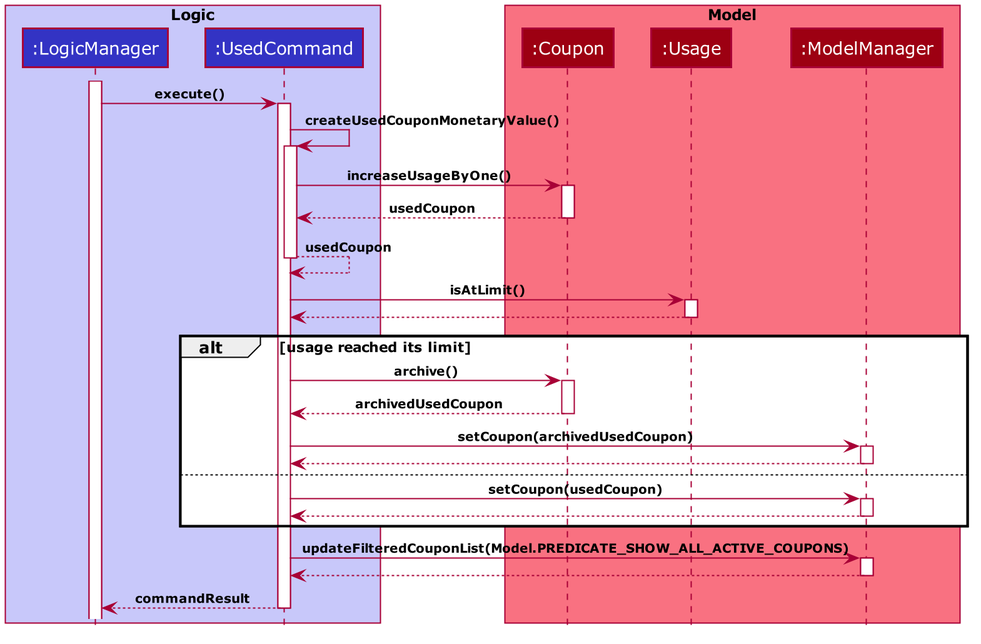
Above: docs/images/ArchiveExhaustedSequenceDiagram.png in nus-cs2103-AY1920S2/addressbook-level3 (PlantUML), before the change. Source of this version:
```plantuml
@startuml










skinparam BackgroundColor #FFFFFFF

skinparam Shadowing false

skinparam Class {
    FontColor #FFFFFF
    BorderThickness 1
    BorderColor #FFFFFF
    StereotypeFontColor #FFFFFF
    FontName Verdana
    AttributeFontColor #FFFFFF
}

skinparam Actor {
    BorderColor #000000
    Color #000000
    FontName Verdana
}

skinparam Sequence {
    MessageAlign center
    BoxFontSize 12
    BoxPadding 0
    BoxFontColor #FFFFFF
    FontName Verdana
}

skinparam Participant {
    FontColor #FFFFFFF
    Padding 20
}

skinparam GenericDisplay zz

skinparam ArrowFontSize 10
skinparam ArrowFontStyle bold

skinparam NoteBackgroundColor ghostwhite
skinparam NoteBorderColor #3333C4
skinparam DefaultFontName Verdana

skinparam MinClassWidth 50
skinparam ParticipantPadding 10
skinparam Shadowing false
skinparam DefaultTextAlignment center
skinparam packageStyle Rectangle
skinparam classAttributeIconSize 0
skinparam genericDisplay old

hide footbox
hide members
hide circle

box "<color:black>Logic</color>" #C8C8FA
participant ":LogicManager" as LogicManager #3333C4
participant ":UsedCommand" as UsedCommand #3333C4
end box

box "<color:black>Model</color>" #F97181
participant ":Coupon" as Coupon #9D0012
participant ":Usage" as Usage #9D0012
participant ":ModelManager" as ModelManager #9D0012
end box

activate LogicManager

LogicManager -> UsedCommand : execute()
activate UsedCommand

UsedCommand -> UsedCommand : createUsedCouponMonetaryValue()
activate UsedCommand

UsedCommand -> Coupon : increaseUsageByOne()
activate Coupon
Coupon --> UsedCommand : usedCoupon
deactivate Coupon

UsedCommand --> UsedCommand : usedCoupon
deactivate UsedCommand

UsedCommand -> Usage : isAtLimit()
activate Usage
Usage --> UsedCommand
deactivate Usage

alt usage reached its limit

    UsedCommand -> Coupon : archive()
    activate Coupon
    Coupon --> UsedCommand : archivedUsedCoupon
    deactivate Coupon

    UsedCommand -> ModelManager : setCoupon(archivedUsedCoupon)
    activate ModelManager
    ModelManager --> UsedCommand
    deactivate ModelManager

else

    UsedCommand -> ModelManager : setCoupon(usedCoupon)
    activate ModelManager
    ModelManager --> UsedCommand
    deactivate ModelManager

end

UsedCommand -> ModelManager : updateFilteredCouponList(Model.PREDICATE_SHOW_ALL_ACTIVE_COUPONS)
activate ModelManager
ModelManager --> UsedCommand
deactivate ModelManager

UsedCommand --> LogicManager : commandResult
deactivate UsedCommand

@enduml
```
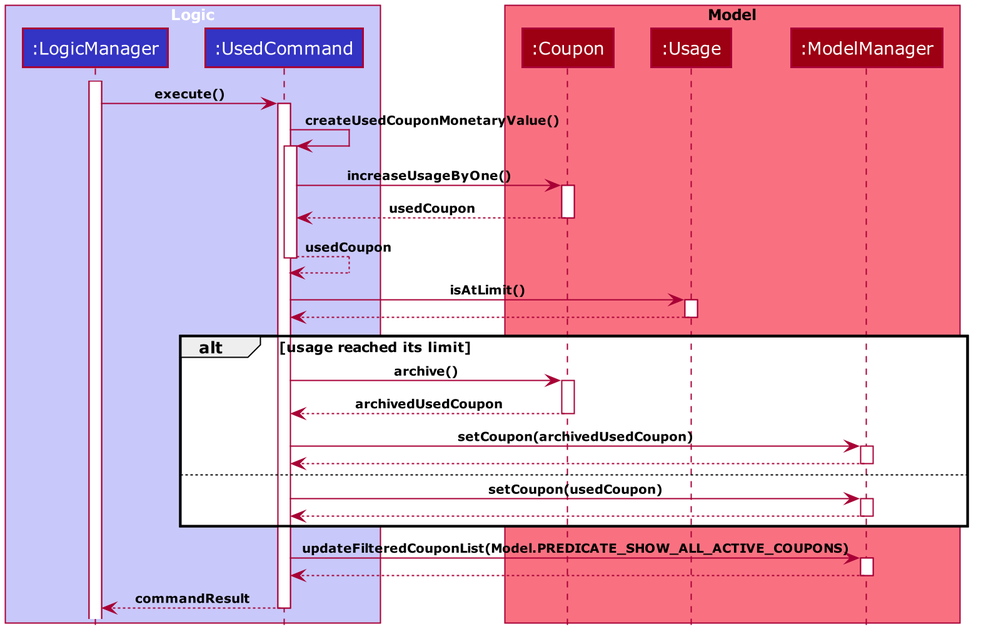
The same file after the commit.

What changed in the source:
```diff
@@ -62,7 +62,7 @@
 hide members
 hide circle
 
-box "<color:black>Logic</color>" #C8C8FA
+box "<color:white>Logic</color>" #C8C8FA
 participant ":LogicManager" as LogicManager #3333C4
 participant ":UsedCommand" as UsedCommand #3333C4
 end box
```
